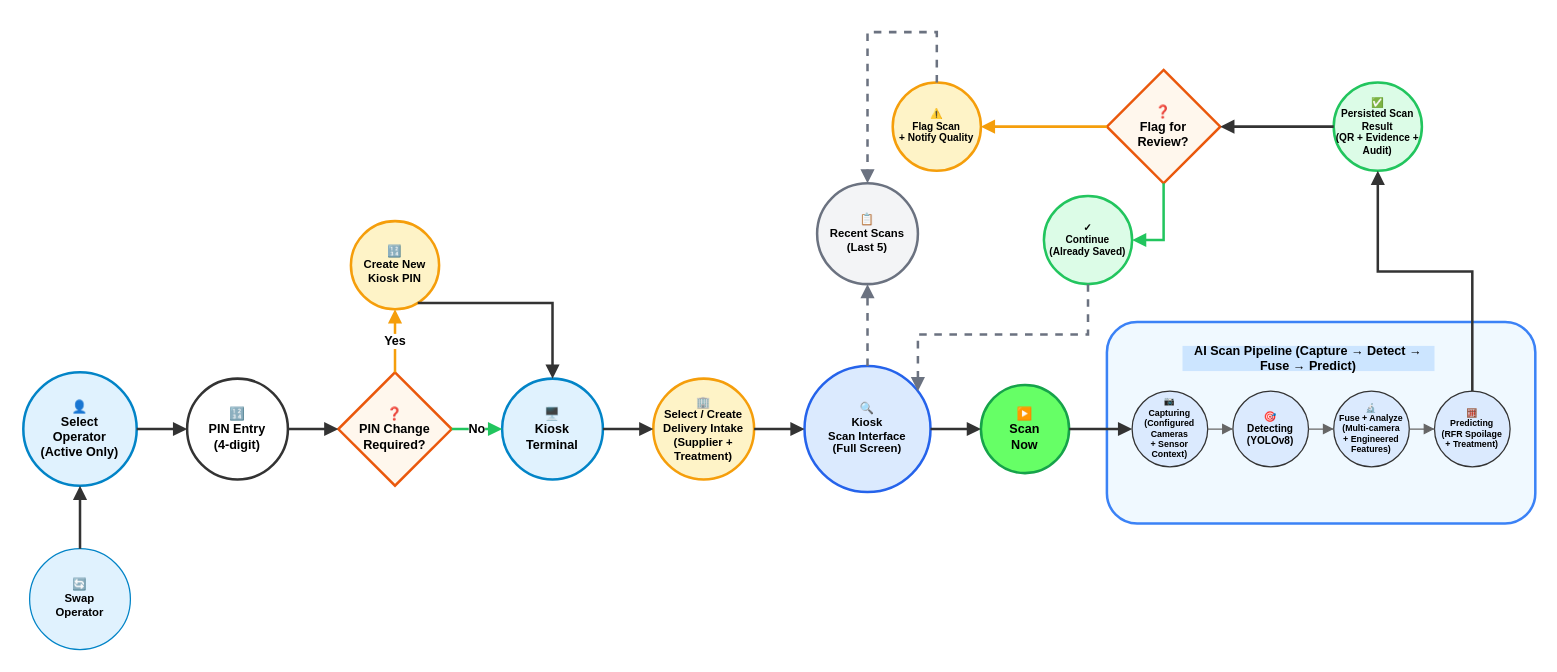
Before: docs/bananavision-docs/docs/workflows/workflow_kiosk.drawio in BlackShark404/BananaVision, a draw.io diagram. Source tidied: cells renumbered, new cells numbered last; positions are measured from the earlier drawing's top-left corner, leaving out a move shared by most shapes. Both pictures are drawn from the tidied source at 126%, with x=0, y=0 at pixel (23, 32).
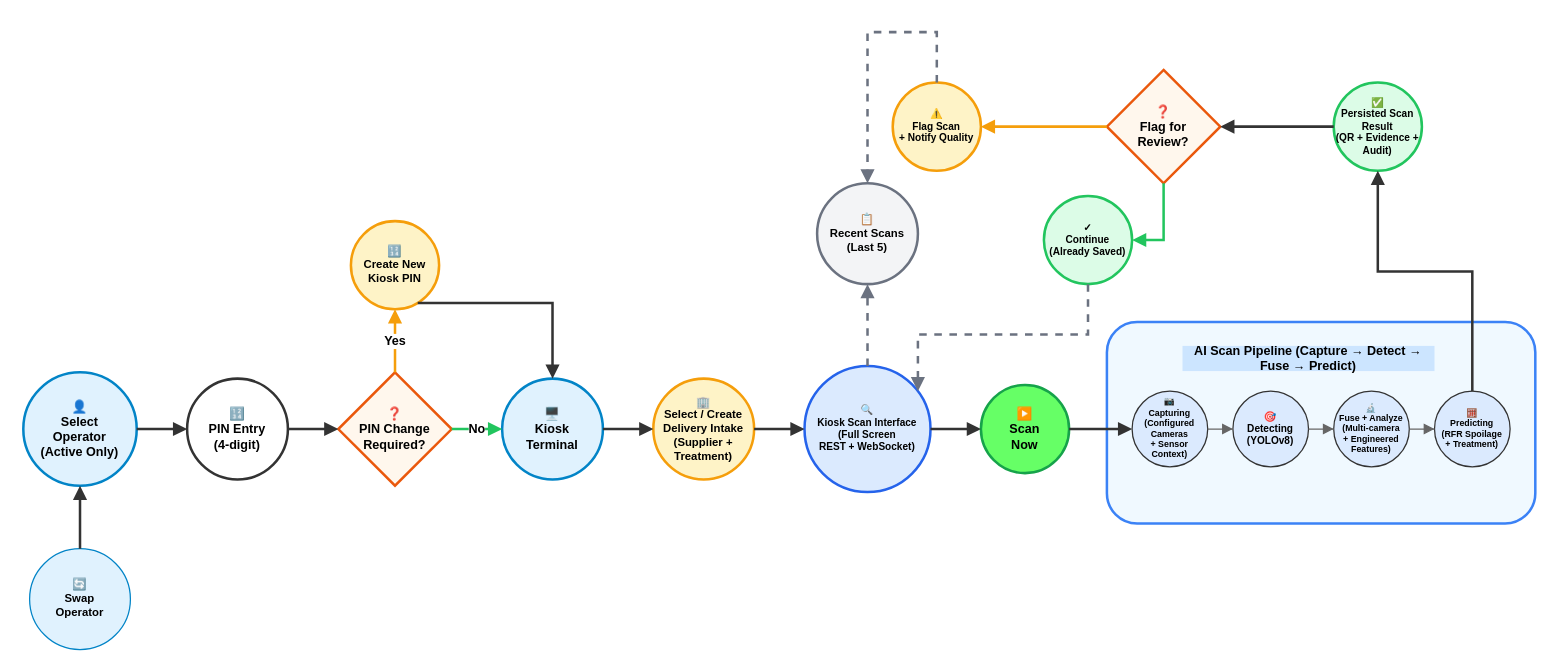
The same diagram, later.

Commit message (it also covers changes not shown here):
Refresh BananaVision workflow docs

The edit, as a diff of the source:
```diff
@@
-    <mxCell id="8" value="🔍&lt;br&gt;Kiosk&lt;br&gt;Scan Interface&lt;br&gt;(Full Screen)" style="ellipse;whiteSpace=wrap;html=1;fillColor=#dbeafe;strokeColor=#2563eb;strokeWidth=2;fontSize=9;fontStyle=1;" parent="1" vertex="1">
+    <mxCell id="8" value="🔍&lt;br&gt;Kiosk Scan Interface&lt;br&gt;(Full Screen&lt;br&gt;REST + WebSocket)" style="ellipse;whiteSpace=wrap;html=1;fillColor=#dbeafe;strokeColor=#2563eb;strokeWidth=2;fontSize=8;fontStyle=1;" parent="1" vertex="1">
       <mxGeometry x="620" y="265" width="100" height="100" as="geometry" />
     </mxCell>
```
